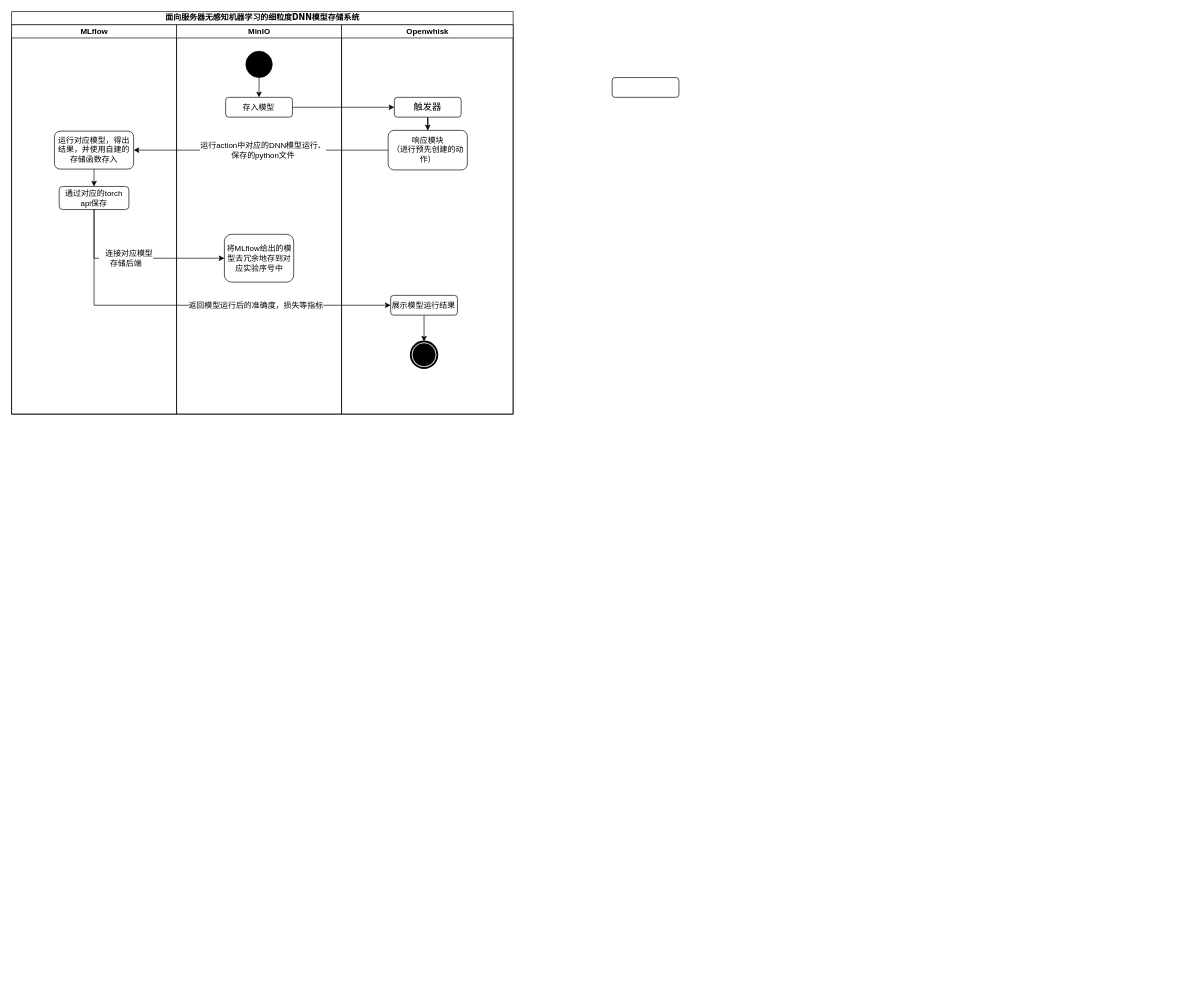
RexZheng-cug/chart keeps this draw.io diagram as 整体活动图.drawio. Above is the earlier version. Source tidied: cells renumbered, new cells numbered last; positions are measured from the earlier drawing's top-left corner, leaving out a move shared by most shapes. Both pictures are drawn from the tidied source at 66%, with x=0, y=0 at pixel (11, 11).
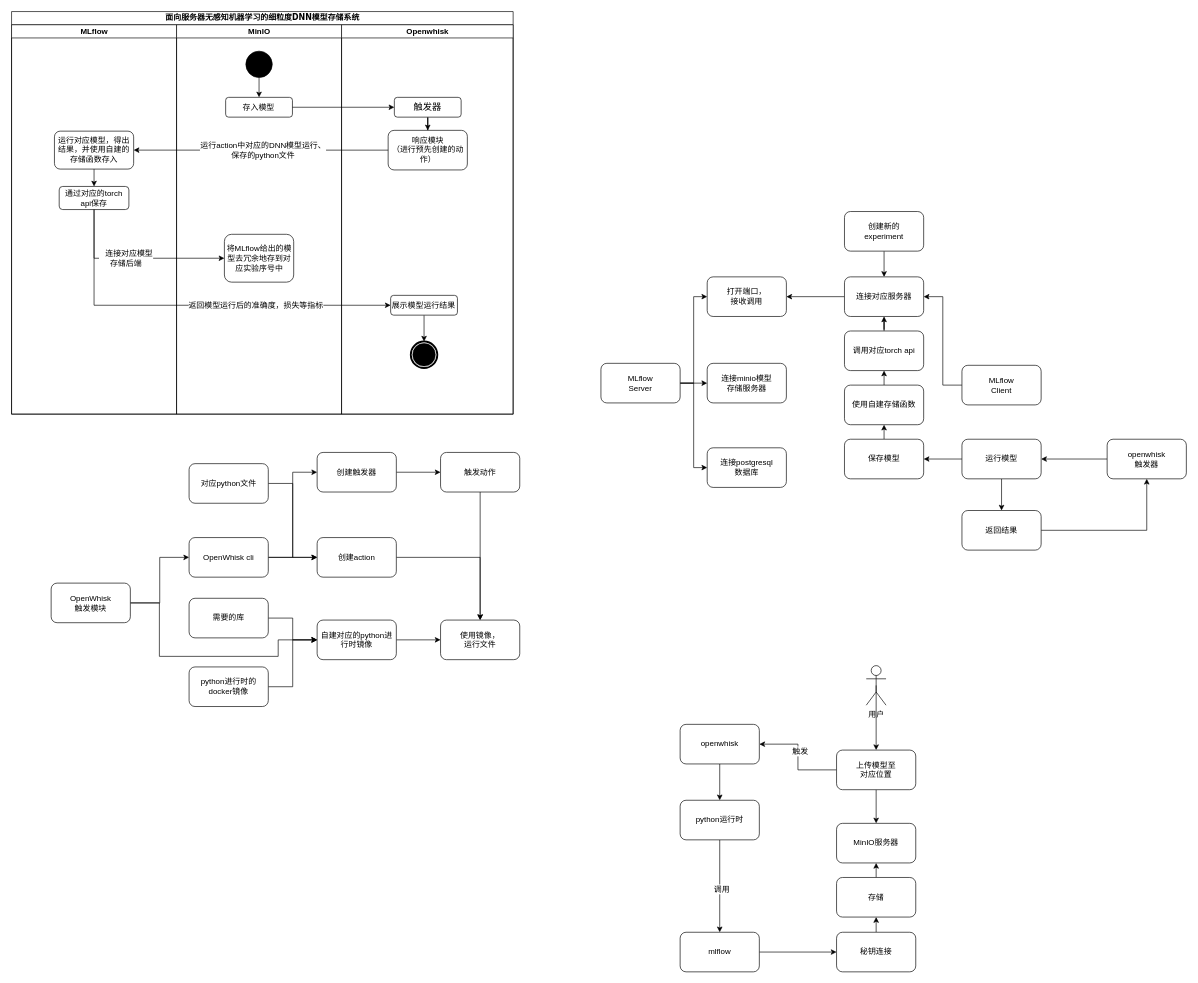
After the change.

Commit message (it also covers changes not shown here):
更新整体活动图.drawio

Change to the diagram source:
```diff
@@
-    <mxCell id="26" style="rounded=1;whiteSpace=wrap;html=1;" parent="1" vertex="1">
-      <mxGeometry x="910" y="100" width="101.2" height="30" as="geometry" />
-    </mxCell>
+    <mxCell id="27" style="edgeStyle=orthogonalEdgeStyle;rounded=0;jettySize=auto;html=1;exitX=1;exitY=0.5;exitDx=0;exitDy=0;entryX=0;entryY=0.5;entryDx=0;entryDy=0;fontFamily=Helvetica;fontSize=12;fontColor=default;" parent="1" edge="1" source="29" target="32">
+      <mxGeometry relative="1" as="geometry" />
+    </mxCell>
+    <mxCell id="28" style="edgeStyle=orthogonalEdgeStyle;rounded=0;jettySize=auto;html=1;exitX=1;exitY=0.5;exitDx=0;exitDy=0;entryX=0;entryY=0.5;entryDx=0;entryDy=0;fontFamily=Helvetica;fontSize=12;fontColor=default;" parent="1" edge="1" source="29" target="38">
+      <mxGeometry relative="1" as="geometry">
+        <Array as="points">
+          <mxPoint x="224" y="896" />
+          <mxPoint x="224" y="977" />
+          <mxPoint x="404" y="977" />
+          <mxPoint x="404" y="952" />
+        </Array>
+      </mxGeometry>
+    </mxCell>
+    <mxCell id="29" value="OpenWhisk&lt;br&gt;触发模块" style="rounded=1;whiteSpace=wrap;html=1;strokeColor=default;align=center;verticalAlign=middle;fontFamily=Helvetica;fontSize=12;fontColor=default;fillColor=default;" parent="1" vertex="1">
+      <mxGeometry x="60" y="866" width="120" height="60" as="geometry" />
+    </mxCell>
+    <mxCell id="30" style="edgeStyle=orthogonalEdgeStyle;rounded=0;jettySize=auto;html=1;exitX=1;exitY=0.5;exitDx=0;exitDy=0;entryX=0;entryY=0.5;entryDx=0;entryDy=0;fontFamily=Helvetica;fontSize=12;fontColor=default;" parent="1" edge="1" source="32" target="34">
+      <mxGeometry relative="1" as="geometry" />
+    </mxCell>
+    <mxCell id="31" style="edgeStyle=orthogonalEdgeStyle;rounded=0;jettySize=auto;html=1;exitX=1;exitY=0.5;exitDx=0;exitDy=0;entryX=0;entryY=0.5;entryDx=0;entryDy=0;fontFamily=Helvetica;fontSize=12;fontColor=default;" parent="1" edge="1" source="32" target="44">
+      <mxGeometry relative="1" as="geometry" />
+    </mxCell>
+    <mxCell id="32" value="OpenWhisk cli" style="rounded=1;whiteSpace=wrap;html=1;strokeColor=default;align=center;verticalAlign=middle;fontFamily=Helvetica;fontSize=12;fontColor=default;fillColor=default;" parent="1" vertex="1">
+      <mxGeometry x="269" y="797" width="120" height="60" as="geometry" />
+    </mxCell>
+    <mxCell id="33" style="edgeStyle=orthogonalEdgeStyle;rounded=0;jettySize=auto;html=1;exitX=1;exitY=0.5;exitDx=0;exitDy=0;fontFamily=Helvetica;fontSize=12;fontColor=default;" parent="1" edge="1" source="34" target="47">
+      <mxGeometry relative="1" as="geometry" />
+    </mxCell>
+    <mxCell id="34" value="创建action" style="rounded=1;whiteSpace=wrap;html=1;strokeColor=default;align=center;verticalAlign=middle;fontFamily=Helvetica;fontSize=12;fontColor=default;fillColor=default;" parent="1" vertex="1">
+      <mxGeometry x="463" y="797" width="120" height="60" as="geometry" />
+    </mxCell>
+    <mxCell id="35" style="edgeStyle=orthogonalEdgeStyle;rounded=0;jettySize=auto;html=1;exitX=1;exitY=0.5;exitDx=0;exitDy=0;entryX=0;entryY=0.5;entryDx=0;entryDy=0;fontFamily=Helvetica;fontSize=12;fontColor=default;" parent="1" edge="1" source="36" target="34">
+      <mxGeometry relative="1" as="geometry" />
+    </mxCell>
+    <mxCell id="36" value="对应python文件" style="rounded=1;whiteSpace=wrap;html=1;strokeColor=default;align=center;verticalAlign=middle;fontFamily=Helvetica;fontSize=12;fontColor=default;fillColor=default;" parent="1" vertex="1">
+      <mxGeometry x="269" y="685" width="120" height="60" as="geometry" />
+    </mxCell>
+    <mxCell id="37" style="edgeStyle=orthogonalEdgeStyle;rounded=0;jettySize=auto;html=1;exitX=1;exitY=0.5;exitDx=0;exitDy=0;fontFamily=Helvetica;fontSize=12;fontColor=default;" parent="1" edge="1" source="38" target="47">
+      <mxGeometry relative="1" as="geometry" />
+    </mxCell>
+    <mxCell id="38" value="自建对应的python进行时镜像" style="rounded=1;whiteSpace=wrap;html=1;strokeColor=default;align=center;verticalAlign=middle;fontFamily=Helvetica;fontSize=12;fontColor=default;fillColor=default;" parent="1" vertex="1">
+      <mxGeometry x="463" y="922" width="120" height="60" as="geometry" />
+    </mxCell>
+    <mxCell id="39" style="edgeStyle=orthogonalEdgeStyle;rounded=0;jettySize=auto;html=1;exitX=1;exitY=0.5;exitDx=0;exitDy=0;entryX=0;entryY=0.5;entryDx=0;entryDy=0;fontFamily=Helvetica;fontSize=12;fontColor=default;" parent="1" edge="1" source="40" target="38">
+      <mxGeometry relative="1" as="geometry" />
+    </mxCell>
+    <mxCell id="40" value="需要的库" style="rounded=1;whiteSpace=wrap;html=1;strokeColor=default;align=center;verticalAlign=middle;fontFamily=Helvetica;fontSize=12;fontColor=default;fillColor=default;" parent="1" vertex="1">
+      <mxGeometry x="269" y="889" width="120" height="60" as="geometry" />
+    </mxCell>
+    <mxCell id="41" style="edgeStyle=orthogonalEdgeStyle;rounded=0;jettySize=auto;html=1;exitX=1;exitY=0.5;exitDx=0;exitDy=0;entryX=0;entryY=0.5;entryDx=0;entryDy=0;fontFamily=Helvetica;fontSize=12;fontColor=default;" parent="1" edge="1" source="42" target="38">
+      <mxGeometry relative="1" as="geometry" />
+    </mxCell>
+    <mxCell id="42" value="python进行时的docker镜像" style="rounded=1;whiteSpace=wrap;html=1;strokeColor=default;align=center;verticalAlign=middle;fontFamily=Helvetica;fontSize=12;fontColor=default;fillColor=default;" parent="1" vertex="1">
+      <mxGeometry x="269" y="993" width="120" height="60" as="geometry" />
+    </mxCell>
+    <mxCell id="43" style="edgeStyle=orthogonalEdgeStyle;rounded=0;jettySize=auto;html=1;exitX=1;exitY=0.5;exitDx=0;exitDy=0;entryX=0;entryY=0.5;entryDx=0;entryDy=0;fontFamily=Helvetica;fontSize=12;fontColor=default;" parent="1" edge="1" source="44" target="46">
+      <mxGeometry relative="1" as="geometry" />
+    </mxCell>
+    <mxCell id="44" value="创建触发器" style="rounded=1;whiteSpace=wrap;html=1;strokeColor=default;align=center;verticalAlign=middle;fontFamily=Helvetica;fontSize=12;fontColor=default;fillColor=default;" parent="1" vertex="1">
+      <mxGeometry x="463" y="668" width="120" height="60" as="geometry" />
+    </mxCell>
+    <mxCell id="45" style="edgeStyle=orthogonalEdgeStyle;rounded=0;jettySize=auto;html=1;exitX=0.5;exitY=1;exitDx=0;exitDy=0;fontFamily=Helvetica;fontSize=12;fontColor=default;" parent="1" edge="1" source="46" target="47">
+      <mxGeometry relative="1" as="geometry" />
+    </mxCell>
+    <mxCell id="46" value="触发动作" style="rounded=1;whiteSpace=wrap;html=1;strokeColor=default;align=center;verticalAlign=middle;fontFamily=Helvetica;fontSize=12;fontColor=default;fillColor=default;" parent="1" vertex="1">
+      <mxGeometry x="650" y="668" width="120" height="60" as="geometry" />
+    </mxCell>
+    <mxCell id="47" value="使用镜像，&lt;br&gt;运行文件" style="rounded=1;whiteSpace=wrap;html=1;strokeColor=default;align=center;verticalAlign=middle;fontFamily=Helvetica;fontSize=12;fontColor=default;fillColor=default;" parent="1" vertex="1">
+      <mxGeometry x="650" y="922" width="120" height="60" as="geometry" />
+    </mxCell>
+    <mxCell id="48" style="edgeStyle=orthogonalEdgeStyle;rounded=0;jettySize=auto;html=1;exitX=1;exitY=0.5;exitDx=0;exitDy=0;entryX=0;entryY=0.5;entryDx=0;entryDy=0;fontFamily=Helvetica;fontSize=12;fontColor=default;" parent="1" edge="1" source="51" target="54">
+      <mxGeometry relative="1" as="geometry" />
+    </mxCell>
+    <mxCell id="49" style="edgeStyle=orthogonalEdgeStyle;rounded=0;jettySize=auto;html=1;exitX=1;exitY=0.5;exitDx=0;exitDy=0;entryX=0;entryY=0.5;entryDx=0;entryDy=0;fontFamily=Helvetica;fontSize=12;fontColor=default;" parent="1" edge="1" source="51" target="55">
+      <mxGeometry relative="1" as="geometry" />
+    </mxCell>
+    <mxCell id="50" style="edgeStyle=orthogonalEdgeStyle;rounded=0;jettySize=auto;html=1;exitX=1;exitY=0.5;exitDx=0;exitDy=0;entryX=0;entryY=0.5;entryDx=0;entryDy=0;fontFamily=Helvetica;fontSize=12;fontColor=default;" parent="1" edge="1" source="51" target="56">
+      <mxGeometry relative="1" as="geometry" />
+    </mxCell>
+    <mxCell id="51" value="MLflow&lt;br&gt;Server" style="rounded=1;whiteSpace=wrap;html=1;strokeColor=default;align=center;verticalAlign=middle;fontFamily=Helvetica;fontSize=12;fontColor=default;fillColor=default;" parent="1" vertex="1">
+      <mxGeometry x="893" y="533" width="120" height="60" as="geometry" />
+    </mxCell>
+    <mxCell id="52" style="edgeStyle=orthogonalEdgeStyle;rounded=0;jettySize=auto;html=1;exitX=0;exitY=0.5;exitDx=0;exitDy=0;entryX=1;entryY=0.5;entryDx=0;entryDy=0;fontFamily=Helvetica;fontSize=12;fontColor=default;" parent="1" edge="1" source="53" target="58">
+      <mxGeometry relative="1" as="geometry" />
+    </mxCell>
+    <mxCell id="53" value="MLflow&lt;br&gt;Client" style="rounded=1;whiteSpace=wrap;html=1;strokeColor=default;align=center;verticalAlign=middle;fontFamily=Helvetica;fontSize=12;fontColor=default;fillColor=default;" parent="1" vertex="1">
+      <mxGeometry x="1440" y="536" width="120" height="60" as="geometry" />
+    </mxCell>
+    <mxCell id="54" value="打开端口，&lt;br&gt;接收调用" style="rounded=1;whiteSpace=wrap;html=1;strokeColor=default;align=center;verticalAlign=middle;fontFamily=Helvetica;fontSize=12;fontColor=default;fillColor=default;" parent="1" vertex="1">
+      <mxGeometry x="1054" y="402" width="120" height="60" as="geometry" />
+    </mxCell>
+    <mxCell id="55" value="连接minio模型&lt;br&gt;存储服务器" style="rounded=1;whiteSpace=wrap;html=1;strokeColor=default;align=center;verticalAlign=middle;fontFamily=Helvetica;fontSize=12;fontColor=default;fillColor=default;" parent="1" vertex="1">
+      <mxGeometry x="1054" y="533" width="120" height="60" as="geometry" />
+    </mxCell>
+    <mxCell id="56" value="连接postgresql&lt;br&gt;数据库" style="rounded=1;whiteSpace=wrap;html=1;strokeColor=default;align=center;verticalAlign=middle;fontFamily=Helvetica;fontSize=12;fontColor=default;fillColor=default;" parent="1" vertex="1">
+      <mxGeometry x="1054" y="661" width="120" height="60" as="geometry" />
+    </mxCell>
+    <mxCell id="57" style="edgeStyle=orthogonalEdgeStyle;rounded=0;jettySize=auto;html=1;exitX=0;exitY=0.5;exitDx=0;exitDy=0;fontFamily=Helvetica;fontSize=12;fontColor=default;" parent="1" edge="1" source="58" target="54">
+      <mxGeometry relative="1" as="geometry" />
+    </mxCell>
+    <mxCell id="58" value="连接对应服务器" style="rounded=1;whiteSpace=wrap;html=1;strokeColor=default;align=center;verticalAlign=middle;fontFamily=Helvetica;fontSize=12;fontColor=default;fillColor=default;" parent="1" vertex="1">
+      <mxGeometry x="1262" y="402" width="120" height="60" as="geometry" />
+    </mxCell>
+    <mxCell id="59" style="edgeStyle=orthogonalEdgeStyle;rounded=0;jettySize=auto;html=1;exitX=0.5;exitY=1;exitDx=0;exitDy=0;entryX=0.5;entryY=0;entryDx=0;entryDy=0;fontFamily=Helvetica;fontSize=12;fontColor=default;" parent="1" edge="1" source="60" target="58">
+      <mxGeometry relative="1" as="geometry" />
+    </mxCell>
+    <mxCell id="60" value="创建新的&lt;br&gt;experiment" style="rounded=1;whiteSpace=wrap;html=1;strokeColor=default;align=center;verticalAlign=middle;fontFamily=Helvetica;fontSize=12;fontColor=default;fillColor=default;" parent="1" vertex="1">
+      <mxGeometry x="1262" y="303" width="120" height="60" as="geometry" />
+    </mxCell>
+    <mxCell id="61" style="edgeStyle=orthogonalEdgeStyle;rounded=0;jettySize=auto;html=1;exitX=0.5;exitY=0;exitDx=0;exitDy=0;entryX=0.5;entryY=1;entryDx=0;entryDy=0;fontFamily=Helvetica;fontSize=12;fontColor=default;" parent="1" edge="1" source="62" target="64">
+      <mxGeometry relative="1" as="geometry" />
+    </mxCell>
+    <mxCell id="62" value="保存模型" style="rounded=1;whiteSpace=wrap;html=1;strokeColor=default;align=center;verticalAlign=middle;fontFamily=Helvetica;fontSize=12;fontColor=default;fillColor=default;" parent="1" vertex="1">
+      <mxGeometry x="1262" y="648" width="120" height="60" as="geometry" />
+    </mxCell>
+    <mxCell id="63" style="edgeStyle=orthogonalEdgeStyle;rounded=0;jettySize=auto;html=1;exitX=0.5;exitY=0;exitDx=0;exitDy=0;entryX=0.5;entryY=1;entryDx=0;entryDy=0;fontFamily=Helvetica;fontSize=12;fontColor=default;" parent="1" edge="1" source="64" target="66">
+      <mxGeometry relative="1" as="geometry" />
+    </mxCell>
+    <mxCell id="64" value="使用自建存储函数" style="rounded=1;whiteSpace=wrap;html=1;strokeColor=default;align=center;verticalAlign=middle;fontFamily=Helvetica;fontSize=12;fontColor=default;fillColor=default;" parent="1" vertex="1">
+      <mxGeometry x="1262" y="566" width="120" height="60" as="geometry" />
+    </mxCell>
+    <mxCell id="65" style="edgeStyle=orthogonalEdgeStyle;rounded=0;jettySize=auto;html=1;exitX=0.5;exitY=0;exitDx=0;exitDy=0;fontFamily=Helvetica;fontSize=12;fontColor=default;" parent="1" edge="1" source="66" target="58">
+      <mxGeometry relative="1" as="geometry" />
+    </mxCell>
+    <mxCell id="66" value="调用对应torch api" style="rounded=1;whiteSpace=wrap;html=1;strokeColor=default;align=center;verticalAlign=middle;fontFamily=Helvetica;fontSize=12;fontColor=default;fillColor=default;" parent="1" vertex="1">
+      <mxGeometry x="1262" y="484" width="120" height="60" as="geometry" />
+    </mxCell>
+    <mxCell id="67" style="edgeStyle=orthogonalEdgeStyle;rounded=0;jettySize=auto;html=1;exitX=0;exitY=0.5;exitDx=0;exitDy=0;entryX=1;entryY=0.5;entryDx=0;entryDy=0;fontFamily=Helvetica;fontSize=12;fontColor=default;" parent="1" edge="1" source="69" target="62">
+      <mxGeometry relative="1" as="geometry" />
+    </mxCell>
+    <mxCell id="68" style="edgeStyle=orthogonalEdgeStyle;rounded=0;jettySize=auto;html=1;exitX=0.5;exitY=1;exitDx=0;exitDy=0;entryX=0.5;entryY=0;entryDx=0;entryDy=0;fontFamily=Helvetica;fontSize=12;fontColor=default;" parent="1" edge="1" source="69" target="73">
+      <mxGeometry relative="1" as="geometry" />
+    </mxCell>
+    <mxCell id="69" value="运行模型" style="rounded=1;whiteSpace=wrap;html=1;strokeColor=default;align=center;verticalAlign=middle;fontFamily=Helvetica;fontSize=12;fontColor=default;fillColor=default;" parent="1" vertex="1">
+      <mxGeometry x="1440" y="648" width="120" height="60" as="geometry" />
+    </mxCell>
+    <mxCell id="70" style="edgeStyle=orthogonalEdgeStyle;rounded=0;jettySize=auto;html=1;exitX=0;exitY=0.5;exitDx=0;exitDy=0;fontFamily=Helvetica;fontSize=12;fontColor=default;" parent="1" edge="1" source="71" target="69">
+      <mxGeometry relative="1" as="geometry" />
+    </mxCell>
+    <mxCell id="71" value="openwhisk&lt;br&gt;触发器" style="rounded=1;whiteSpace=wrap;html=1;strokeColor=default;align=center;verticalAlign=middle;fontFamily=Helvetica;fontSize=12;fontColor=default;fillColor=default;" parent="1" vertex="1">
+      <mxGeometry x="1660" y="648" width="120" height="60" as="geometry" />
+    </mxCell>
+    <mxCell id="72" style="edgeStyle=orthogonalEdgeStyle;rounded=0;jettySize=auto;html=1;exitX=1;exitY=0.5;exitDx=0;exitDy=0;entryX=0.5;entryY=1;entryDx=0;entryDy=0;fontFamily=Helvetica;fontSize=12;fontColor=default;" parent="1" edge="1" source="73" target="71">
+      <mxGeometry relative="1" as="geometry" />
+    </mxCell>
+    <mxCell id="73" value="返回结果" style="rounded=1;whiteSpace=wrap;html=1;strokeColor=default;align=center;verticalAlign=middle;fontFamily=Helvetica;fontSize=12;fontColor=default;fillColor=default;" parent="1" vertex="1">
+      <mxGeometry x="1440" y="756" width="120" height="60" as="geometry" />
+    </mxCell>
+    <mxCell id="74" value="MinIO服务器" style="rounded=1;whiteSpace=wrap;html=1;strokeColor=default;align=center;verticalAlign=middle;fontFamily=Helvetica;fontSize=12;fontColor=default;fillColor=default;" parent="1" vertex="1">
+      <mxGeometry x="1250" y="1230" width="120" height="60" as="geometry" />
+    </mxCell>
+    <mxCell id="75" style="edgeStyle=orthogonalEdgeStyle;rounded=0;jettySize=auto;html=1;exitX=1;exitY=0.5;exitDx=0;exitDy=0;fontFamily=Helvetica;fontSize=12;fontColor=default;" parent="1" edge="1" source="76" target="89">
+      <mxGeometry relative="1" as="geometry" />
+    </mxCell>
+    <mxCell id="76" value="mlflow" style="rounded=1;whiteSpace=wrap;html=1;strokeColor=default;align=center;verticalAlign=middle;fontFamily=Helvetica;fontSize=12;fontColor=default;fillColor=default;" parent="1" vertex="1">
+      <mxGeometry x="1013" y="1395" width="120" height="60" as="geometry" />
+    </mxCell>
+    <mxCell id="77" style="edgeStyle=orthogonalEdgeStyle;rounded=0;jettySize=auto;html=1;exitX=0.5;exitY=1;exitDx=0;exitDy=0;entryX=0.5;entryY=0;entryDx=0;entryDy=0;fontFamily=Helvetica;fontSize=12;fontColor=default;" parent="1" edge="1" source="78" target="87">
+      <mxGeometry relative="1" as="geometry" />
+    </mxCell>
+    <mxCell id="78" value="openwhisk" style="rounded=1;whiteSpace=wrap;html=1;strokeColor=default;align=center;verticalAlign=middle;fontFamily=Helvetica;fontSize=12;fontColor=default;fillColor=default;" parent="1" vertex="1">
+      <mxGeometry x="1013" y="1080" width="120" height="60" as="geometry" />
+    </mxCell>
+    <mxCell id="79" style="edgeStyle=orthogonalEdgeStyle;rounded=0;jettySize=auto;html=1;exitX=0.5;exitY=0.5;exitDx=0;exitDy=0;exitPerimeter=0;entryX=0.5;entryY=0;entryDx=0;entryDy=0;fontFamily=Helvetica;fontSize=12;fontColor=default;" parent="1" edge="1" source="80" target="84">
+      <mxGeometry relative="1" as="geometry" />
+    </mxCell>
+    <mxCell id="80" value="用户" style="shape=umlActor;verticalLabelPosition=bottom;verticalAlign=top;html=1;outlineConnect=0;rounded=1;strokeColor=default;align=center;fontFamily=Helvetica;fontSize=12;fontColor=default;fillColor=default;" parent="1" vertex="1">
+      <mxGeometry x="1295" y="991" width="30" height="60" as="geometry" />
+    </mxCell>
+    <mxCell id="81" style="edgeStyle=orthogonalEdgeStyle;rounded=0;jettySize=auto;html=1;exitX=0.5;exitY=1;exitDx=0;exitDy=0;entryX=0.5;entryY=0;entryDx=0;entryDy=0;fontFamily=Helvetica;fontSize=12;fontColor=default;" parent="1" edge="1" source="84" target="74">
+      <mxGeometry relative="1" as="geometry" />
+    </mxCell>
+    <mxCell id="82" style="edgeStyle=orthogonalEdgeStyle;rounded=0;jettySize=auto;html=1;exitX=0;exitY=0.5;exitDx=0;exitDy=0;fontFamily=Helvetica;fontSize=12;fontColor=default;" parent="1" edge="1" source="84" target="78">
+      <mxGeometry relative="1" as="geometry" />
+    </mxCell>
+    <mxCell id="83" value="触发" style="edgeLabel;html=1;align=center;verticalAlign=middle;fontSize=12;fontFamily=Helvetica;fontColor=default;" parent="82" vertex="1">
+      <mxGeometry x="0.12" y="-3" relative="1" as="geometry" />
+    </mxCell>
+    <mxCell id="84" value="上传模型至&lt;br&gt;对应位置" style="rounded=1;whiteSpace=wrap;html=1;strokeColor=default;align=center;verticalAlign=middle;fontFamily=Helvetica;fontSize=12;fontColor=default;fillColor=default;" parent="1" vertex="1">
+      <mxGeometry x="1250" y="1119" width="120" height="60" as="geometry" />
+    </mxCell>
+    <mxCell id="85" style="edgeStyle=orthogonalEdgeStyle;rounded=0;jettySize=auto;html=1;exitX=0.5;exitY=1;exitDx=0;exitDy=0;fontFamily=Helvetica;fontSize=12;fontColor=default;" parent="1" edge="1" source="87" target="76">
+      <mxGeometry relative="1" as="geometry" />
+    </mxCell>
+    <mxCell id="86" value="调用" style="edgeLabel;html=1;align=center;verticalAlign=middle;fontSize=12;fontFamily=Helvetica;fontColor=default;" parent="85" vertex="1">
+      <mxGeometry x="0.06" y="2" relative="1" as="geometry" />
+    </mxCell>
+    <mxCell id="87" value="python运行时" style="rounded=1;whiteSpace=wrap;html=1;strokeColor=default;align=center;verticalAlign=middle;fontFamily=Helvetica;fontSize=12;fontColor=default;fillColor=default;" parent="1" vertex="1">
+      <mxGeometry x="1013" y="1195" width="120" height="60" as="geometry" />
+    </mxCell>
+    <mxCell id="88" style="edgeStyle=orthogonalEdgeStyle;rounded=0;jettySize=auto;html=1;exitX=0.5;exitY=0;exitDx=0;exitDy=0;entryX=0.5;entryY=1;entryDx=0;entryDy=0;fontFamily=Helvetica;fontSize=12;fontColor=default;" parent="1" edge="1" source="89" target="91">
+      <mxGeometry relative="1" as="geometry" />
+    </mxCell>
+    <mxCell id="89" value="秘钥连接" style="rounded=1;whiteSpace=wrap;html=1;strokeColor=default;align=center;verticalAlign=middle;fontFamily=Helvetica;fontSize=12;fontColor=default;fillColor=default;" parent="1" vertex="1">
+      <mxGeometry x="1250" y="1395" width="120" height="60" as="geometry" />
+    </mxCell>
+    <mxCell id="90" style="edgeStyle=orthogonalEdgeStyle;rounded=0;jettySize=auto;html=1;exitX=0.5;exitY=0;exitDx=0;exitDy=0;entryX=0.5;entryY=1;entryDx=0;entryDy=0;fontFamily=Helvetica;fontSize=12;fontColor=default;" parent="1" edge="1" source="91" target="74">
+      <mxGeometry relative="1" as="geometry" />
+    </mxCell>
+    <mxCell id="91" value="存储" style="rounded=1;whiteSpace=wrap;html=1;strokeColor=default;align=center;verticalAlign=middle;fontFamily=Helvetica;fontSize=12;fontColor=default;fillColor=default;" parent="1" vertex="1">
+      <mxGeometry x="1250" y="1312" width="120" height="60" as="geometry" />
+    </mxCell>
```
